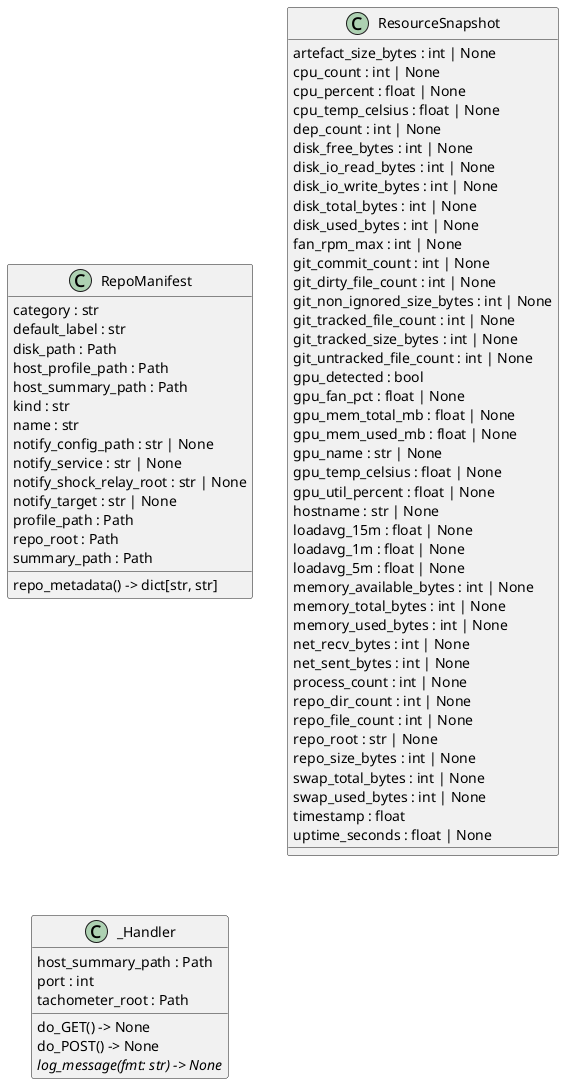
Earlier version of the PlantUML export docs/diagrams/python-classes.puml.png (casonk/tachometer).
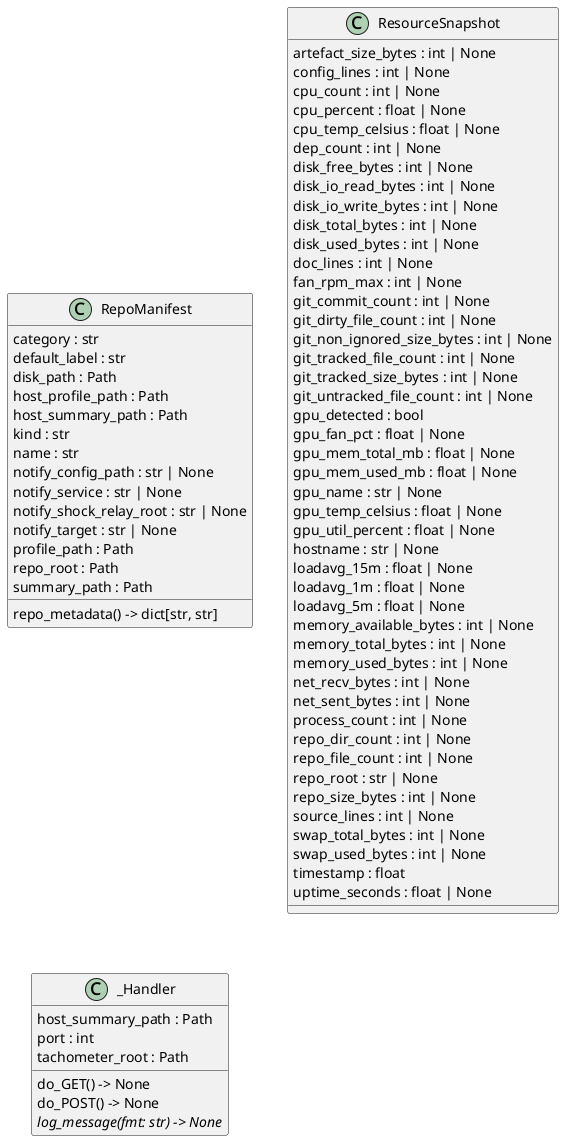
Above is the later version.

Diff of the diagram source:
```diff
@@ -19,6 +19,7 @@
 }
 class "ResourceSnapshot" as tachometer.model.ResourceSnapshot {
   artefact_size_bytes : int | None
+  config_lines : int | None
   cpu_count : int | None
   cpu_percent : float | None
   cpu_temp_celsius : float | None
@@ -28,6 +29,7 @@
   disk_io_write_bytes : int | None
   disk_total_bytes : int | None
   disk_used_bytes : int | None
+  doc_lines : int | None
   fan_rpm_max : int | None
   git_commit_count : int | None
   git_dirty_file_count : int | None
@@ -56,6 +58,7 @@
   repo_file_count : int | None
   repo_root : str | None
   repo_size_bytes : int | None
+  source_lines : int | None
   swap_total_bytes : int | None
   swap_used_bytes : int | None
   timestamp : float
```
